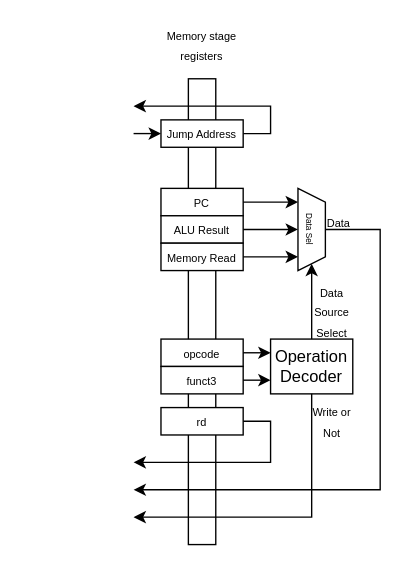
The draw.io diagram page "Writeback stage" (6 of 6) of docs/imgs/microarchitecture/multi-cycle_datapath.drawio in WachirawichN/C0-CPU, before the edit. Source tidied: cells renumbered, new cells numbered last; positions are measured from the earlier drawing's top-left corner, leaving out a move shared by most shapes. Both pictures are drawn from the tidied source at 137%, with x=0, y=0 at pixel (133, 23).
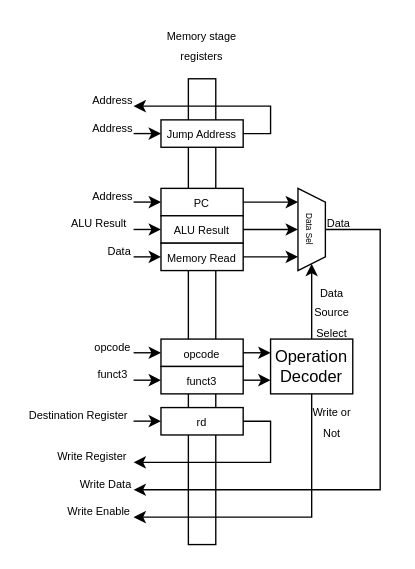
Above is the later version.

Diff of the diagram source:
```diff
@@
+    <mxCell id="28" value="&lt;font style=&quot;font-size: 8px;&quot;&gt;Address&lt;/font&gt;" style="text;html=1;whiteSpace=wrap;strokeColor=none;fillColor=none;align=center;verticalAlign=middle;rounded=0;" parent="1" vertex="1">
+      <mxGeometry x="-30" y="70" width="30" height="10" as="geometry" />
+    </mxCell>
+    <mxCell id="29" value="&lt;font style=&quot;font-size: 8px;&quot;&gt;Address&lt;/font&gt;" style="text;html=1;whiteSpace=wrap;strokeColor=none;fillColor=none;align=center;verticalAlign=middle;rounded=0;" parent="1" vertex="1">
+      <mxGeometry x="-30" y="50" width="30" height="10" as="geometry" />
+    </mxCell>
+    <mxCell id="30" value="&lt;font style=&quot;font-size: 8px;&quot;&gt;Address&lt;/font&gt;" style="text;html=1;whiteSpace=wrap;strokeColor=none;fillColor=none;align=center;verticalAlign=middle;rounded=0;" parent="1" vertex="1">
+      <mxGeometry x="-30" y="120" width="30" height="10" as="geometry" />
+    </mxCell>
+    <mxCell id="31" style="endArrow=classic;html=1;rounded=0;entryX=0;entryY=0.5;entryDx=0;entryDy=0;" parent="1" edge="1">
+      <mxGeometry relative="1" as="geometry">
+        <mxPoint y="130" as="sourcePoint" />
+        <mxPoint x="20" y="130" as="targetPoint" />
+      </mxGeometry>
+    </mxCell>
+    <mxCell id="32" style="endArrow=classic;html=1;rounded=0;entryX=0;entryY=0.5;entryDx=0;entryDy=0;" parent="1" edge="1">
+      <mxGeometry relative="1" as="geometry">
+        <mxPoint y="150" as="sourcePoint" />
+        <mxPoint x="20" y="150" as="targetPoint" />
+      </mxGeometry>
+    </mxCell>
+    <mxCell id="33" style="endArrow=classic;html=1;rounded=0;entryX=0;entryY=0.5;entryDx=0;entryDy=0;" parent="1" edge="1">
+      <mxGeometry relative="1" as="geometry">
+        <mxPoint y="170" as="sourcePoint" />
+        <mxPoint x="20" y="170" as="targetPoint" />
+      </mxGeometry>
+    </mxCell>
+    <mxCell id="34" style="endArrow=classic;html=1;rounded=0;entryX=0;entryY=0.5;entryDx=0;entryDy=0;" parent="1" edge="1">
+      <mxGeometry relative="1" as="geometry">
+        <mxPoint y="240" as="sourcePoint" />
+        <mxPoint x="20" y="240" as="targetPoint" />
+      </mxGeometry>
+    </mxCell>
+    <mxCell id="35" style="endArrow=classic;html=1;rounded=0;entryX=0;entryY=0.5;entryDx=0;entryDy=0;" parent="1" edge="1">
+      <mxGeometry relative="1" as="geometry">
+        <mxPoint y="289.9" as="sourcePoint" />
+        <mxPoint x="20" y="289.9" as="targetPoint" />
+      </mxGeometry>
+    </mxCell>
+    <mxCell id="36" value="&lt;font style=&quot;font-size: 8px;&quot;&gt;Destination Register&lt;/font&gt;" style="text;html=1;whiteSpace=wrap;strokeColor=none;fillColor=none;align=center;verticalAlign=middle;rounded=0;" parent="1" vertex="1">
+      <mxGeometry x="-80" y="280" width="80" height="10" as="geometry" />
+    </mxCell>
+    <mxCell id="37" value="&lt;font style=&quot;font-size: 8px;&quot;&gt;funct3&lt;/font&gt;" style="text;html=1;whiteSpace=wrap;strokeColor=none;fillColor=none;align=center;verticalAlign=middle;rounded=0;" parent="1" vertex="1">
+      <mxGeometry x="-30" y="250" width="30" height="10" as="geometry" />
+    </mxCell>
+    <mxCell id="38" style="endArrow=classic;html=1;rounded=0;entryX=0;entryY=0.5;entryDx=0;entryDy=0;" parent="1" edge="1">
+      <mxGeometry relative="1" as="geometry">
+        <mxPoint y="260" as="sourcePoint" />
+        <mxPoint x="20" y="260" as="targetPoint" />
+      </mxGeometry>
+    </mxCell>
+    <mxCell id="39" value="&lt;font style=&quot;font-size: 8px;&quot;&gt;opcode&lt;/font&gt;" style="text;html=1;whiteSpace=wrap;strokeColor=none;fillColor=none;align=center;verticalAlign=middle;rounded=0;" parent="1" vertex="1">
+      <mxGeometry x="-30" y="230" width="30" height="10" as="geometry" />
+    </mxCell>
+    <mxCell id="40" value="&lt;font style=&quot;font-size: 8px;&quot;&gt;ALU Result&lt;/font&gt;" style="text;html=1;whiteSpace=wrap;strokeColor=none;fillColor=none;align=center;verticalAlign=middle;rounded=0;" parent="1" vertex="1">
+      <mxGeometry x="-50" y="140" width="50" height="10" as="geometry" />
+    </mxCell>
+    <mxCell id="41" value="&lt;font style=&quot;font-size: 8px;&quot;&gt;Data&lt;/font&gt;" style="text;html=1;whiteSpace=wrap;strokeColor=none;fillColor=none;align=center;verticalAlign=middle;rounded=0;" parent="1" vertex="1">
+      <mxGeometry x="-20" y="160" width="20" height="10" as="geometry" />
+    </mxCell>
+    <mxCell id="42" value="&lt;span style=&quot;font-size: 8px;&quot;&gt;Write Register&lt;/span&gt;" style="text;html=1;whiteSpace=wrap;strokeColor=none;fillColor=none;align=center;verticalAlign=middle;rounded=0;" parent="1" vertex="1">
+      <mxGeometry x="-60" y="310" width="60" height="10" as="geometry" />
+    </mxCell>
+    <mxCell id="43" value="&lt;font style=&quot;font-size: 8px;&quot;&gt;Write Data&lt;/font&gt;" style="text;html=1;whiteSpace=wrap;strokeColor=none;fillColor=none;align=center;verticalAlign=middle;rounded=0;" parent="1" vertex="1">
+      <mxGeometry x="-40" y="330" width="40" height="10" as="geometry" />
+    </mxCell>
+    <mxCell id="44" value="&lt;font style=&quot;font-size: 8px;&quot;&gt;Write Enable&lt;/font&gt;" style="text;html=1;whiteSpace=wrap;strokeColor=none;fillColor=none;align=center;verticalAlign=middle;rounded=0;" parent="1" vertex="1">
+      <mxGeometry x="-50" y="350" width="50" height="10" as="geometry" />
+    </mxCell>
```
